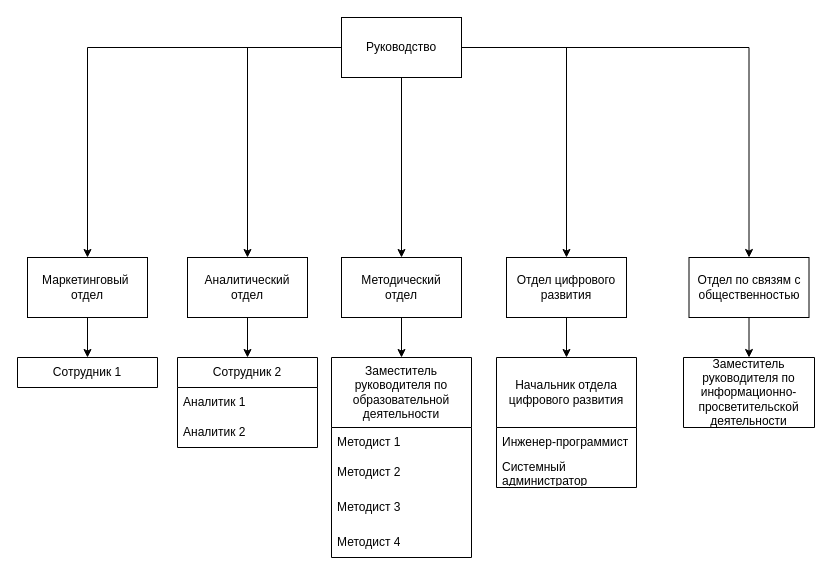
This is Business-modeling-1.0.drawio from mepashka/Business-modeling-1.0, a draw.io file, before an edit. Source tidied: cells renumbered, new cells numbered last; positions are measured from the earlier drawing's top-left corner, leaving out a move shared by most shapes. Both pictures are drawn from the tidied source at 100%, with x=0, y=0 at pixel (17, 17).
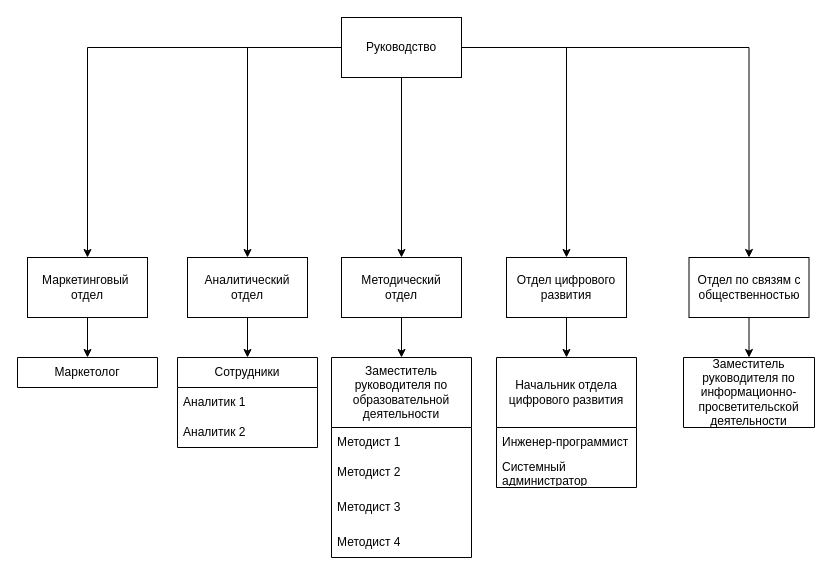
Above is the later version.

Change to the diagram source:
```diff
@@
-    <mxCell id="18" value="Сотрудник 1" style="swimlane;fontStyle=0;horizontal=1;startSize=30;whiteSpace=wrap;html=1;" parent="1" vertex="1">
+    <mxCell id="18" value="Маркетолог" style="swimlane;fontStyle=0;horizontal=1;startSize=30;whiteSpace=wrap;html=1;" parent="1" vertex="1">
       <mxGeometry y="340" width="140" height="30" as="geometry" />
     </mxCell>
-    <mxCell id="19" value="Сотрудник 2" style="swimlane;fontStyle=0;horizontal=1;startSize=30;whiteSpace=wrap;html=1;" parent="1" vertex="1">
+    <mxCell id="19" value="Сотрудники" style="swimlane;fontStyle=0;horizontal=1;startSize=30;whiteSpace=wrap;html=1;" parent="1" vertex="1">
       <mxGeometry x="160" y="340" width="140" height="90" as="geometry" />
     </mxCell>
```
